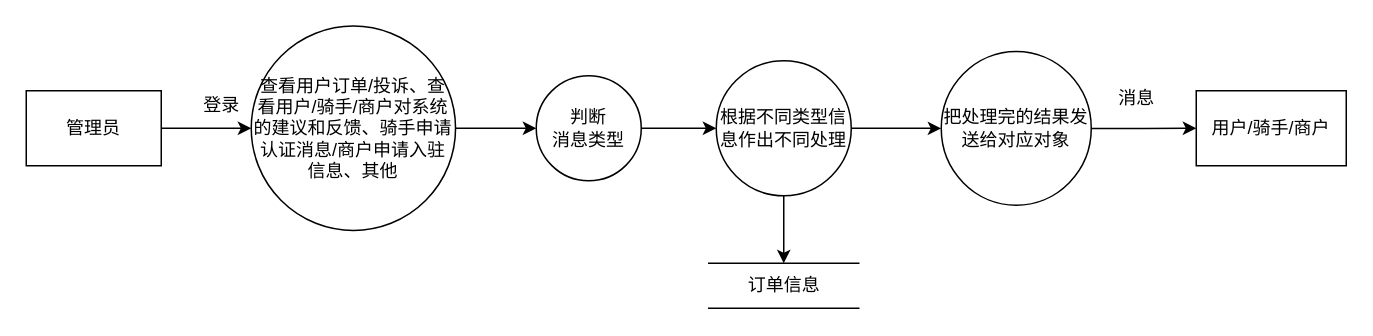
Earlier version of the draw.io diagram page "管理员当前系统具体模型" (3 of 13) of Untitled Diagram.drawio (czely/czely.github.io). Source tidied: cells renumbered, new cells numbered last; positions are measured from the earlier drawing's top-left corner, leaving out a move shared by most shapes. Both pictures are drawn from the tidied source at 150%, with x=0, y=0 at pixel (26, 26).
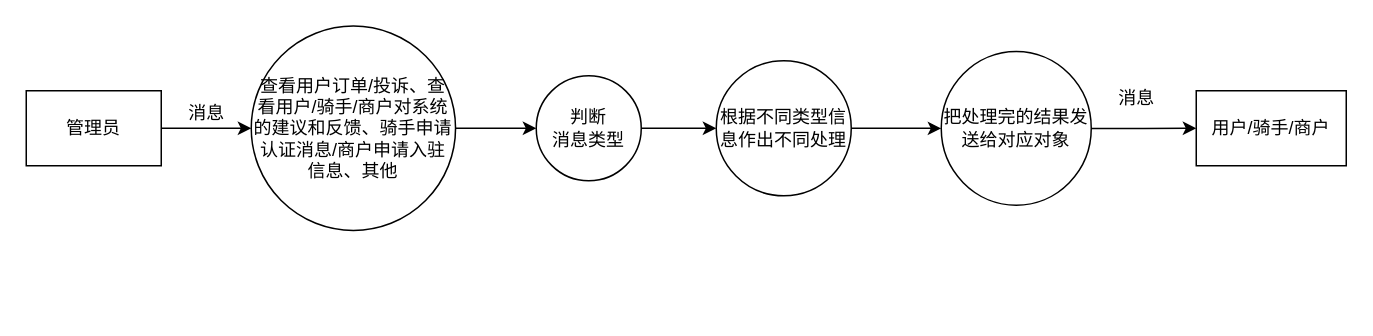
The same diagram, later.

Change to the diagram source:
```diff
@@
 <mxGraphModel>
   <root>
     <mxCell id="0" />
     <mxCell id="1" parent="0" />
     <mxCell id="2" style="edgeStyle=orthogonalEdgeStyle;rounded=0;jettySize=auto;html=1;entryX=0;entryY=0.5;entryDx=0;entryDy=0;" parent="1" edge="1" source="3" target="7">
       <mxGeometry relative="1" as="geometry" />
     </mxCell>
     <mxCell id="3" value="查看用户订单/投诉、查看用户/骑手/商户对系统的建议和反馈、骑手申请认证消息/商户申请入驻信息、其他" style="ellipse;whiteSpace=wrap;html=1;" parent="1" vertex="1">
       <mxGeometry x="150" y="-0.1" width="136.2" height="136.2" as="geometry" />
     </mxCell>
     <mxCell id="4" style="edgeStyle=orthogonalEdgeStyle;rounded=0;jettySize=auto;html=1;exitX=1;exitY=0.5;exitDx=0;exitDy=0;" parent="1" edge="1" source="5" target="3">
       <mxGeometry relative="1" as="geometry" />
     </mxCell>
     <mxCell id="5" value="管理员" style="rounded=0;whiteSpace=wrap;html=1;" parent="1" vertex="1">
       <mxGeometry y="43" width="90" height="50" as="geometry" />
     </mxCell>
     <mxCell id="6" style="edgeStyle=orthogonalEdgeStyle;rounded=0;jettySize=auto;html=1;" parent="1" edge="1" source="7" target="10">
       <mxGeometry relative="1" as="geometry" />
     </mxCell>
     <mxCell id="7" value="判断&lt;br&gt;消息类型" style="ellipse;whiteSpace=wrap;html=1;" parent="1" vertex="1">
       <mxGeometry x="340" y="33" width="70" height="70" as="geometry" />
     </mxCell>
     <mxCell id="8" style="edgeStyle=orthogonalEdgeStyle;rounded=0;jettySize=auto;html=1;" parent="1" edge="1" source="10" target="12">
       <mxGeometry relative="1" as="geometry" />
     </mxCell>
-    <mxCell id="9" style="edgeStyle=orthogonalEdgeStyle;rounded=0;jettySize=auto;html=1;" parent="1" edge="1" source="10" target="16">
-      <mxGeometry relative="1" as="geometry" />
-    </mxCell>
     <mxCell id="10" value="根据不同类型信息作出不同处理" style="ellipse;whiteSpace=wrap;html=1;" parent="1" vertex="1">
       <mxGeometry x="460" y="23" width="90" height="90" as="geometry" />
     </mxCell>
     <mxCell id="11" style="edgeStyle=orthogonalEdgeStyle;rounded=0;jettySize=auto;html=1;" parent="1" edge="1" source="12" target="13">
       <mxGeometry relative="1" as="geometry" />
     </mxCell>
     <mxCell id="12" value="把处理完的结果发送给对应对象" style="ellipse;whiteSpace=wrap;html=1;" parent="1" vertex="1">
       <mxGeometry x="610" y="16.8" width="100" height="102.5" as="geometry" />
     </mxCell>
     <mxCell id="13" value="用户/骑手/商户" style="whiteSpace=wrap;html=1;" parent="1" vertex="1">
       <mxGeometry x="780" y="43" width="100" height="50" as="geometry" />
     </mxCell>
     <mxCell id="14" value="消息" style="text;html=1;align=center;verticalAlign=middle;" parent="1" vertex="1">
       <mxGeometry x="720" y="38" width="40" height="20" as="geometry" />
     </mxCell>
-    <mxCell id="15" value="登录" style="text;html=1;align=center;verticalAlign=middle;" parent="1" vertex="1">
-      <mxGeometry x="110" y="43" width="40" height="20" as="geometry" />
-    </mxCell>
-    <mxCell id="16" value="订单信息" style="html=1;dashed=0;whitespace=wrap;shape=partialRectangle;right=0;left=0;" parent="1" vertex="1">
-      <mxGeometry x="455" y="158" width="100" height="30" as="geometry" />
-    </mxCell>
+    <mxCell id="17" value="消息" style="text;html=1;align=center;verticalAlign=middle;" parent="1" vertex="1">
+      <mxGeometry x="100" y="48" width="40" height="20" as="geometry" />
+    </mxCell>
   </root>
 </mxGraphModel>
```
